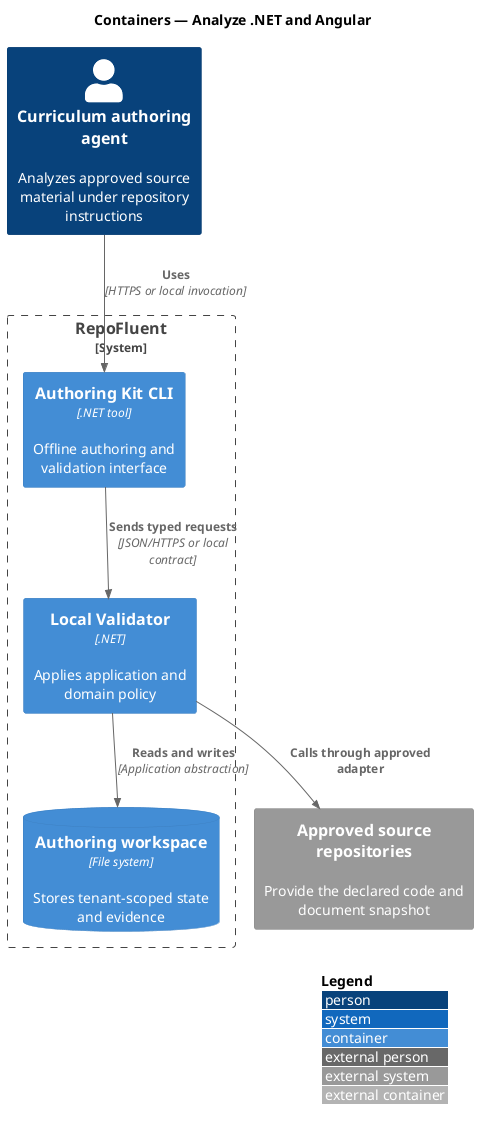
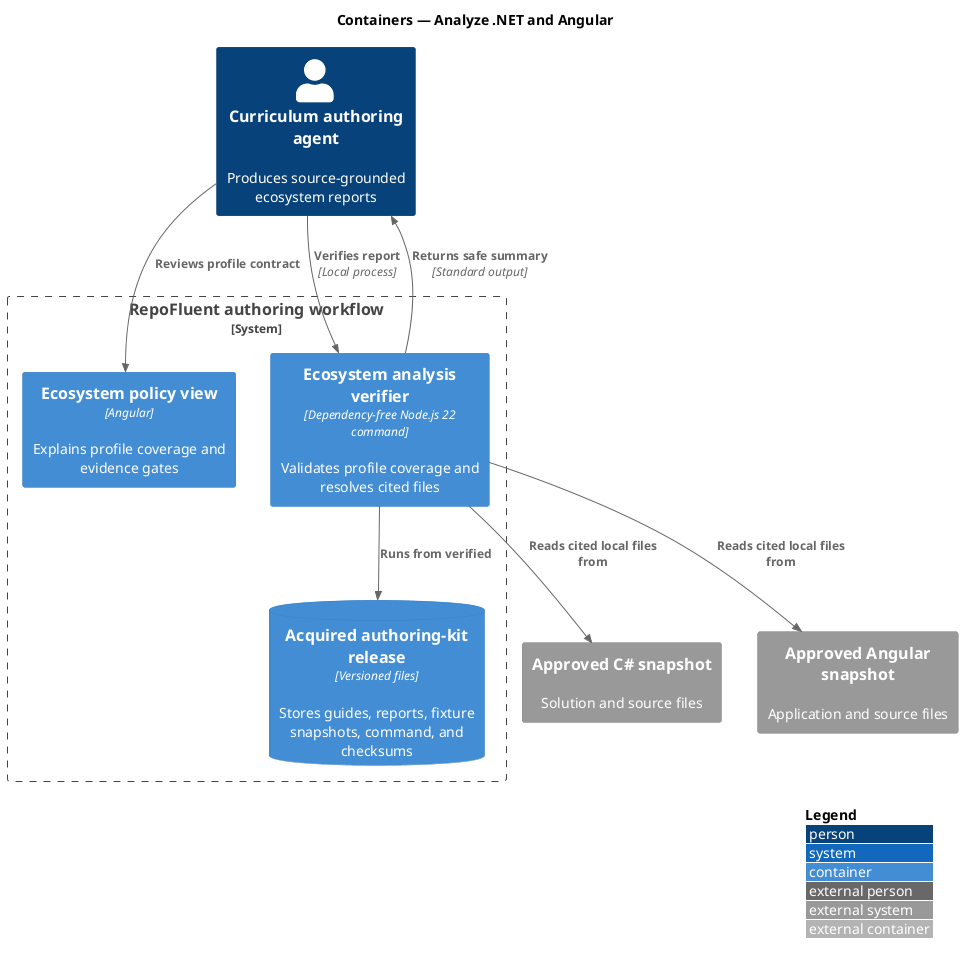
@startuml
!include <C4/C4_Container>
LAYOUT_WITH_LEGEND()
title Containers — Analyze .NET and Angular

- Person(actor, "Curriculum authoring agent", "Analyzes approved source material under repository instructions")
- System_Boundary(repofluent, "RepoFluent") {
-   Container(entry, "Authoring Kit CLI", ".NET tool", "Offline authoring and validation interface")
-   Container(api, "Local Validator", ".NET", "Applies application and domain policy")
-   ContainerDb(store, "Authoring workspace", "File system", "Stores tenant-scoped state and evidence")
+ Person(agent, "Curriculum authoring agent", "Produces source-grounded ecosystem reports")
+ System_Boundary(repofluent, "RepoFluent authoring workflow") {
+   Container(policyView, "Ecosystem policy view", "Angular", "Explains profile coverage and evidence gates")
+   Container(verifier, "Ecosystem analysis verifier", "Dependency-free Node.js 22 command", "Validates profile coverage and resolves cited files")
+   ContainerDb(release, "Acquired authoring-kit release", "Versioned files", "Stores guides, reports, fixture snapshots, command, and checksums")
}
- System_Ext(dependency, "Approved source repositories", "Provide the declared code and document snapshot")
+ System_Ext(dotnet, "Approved C# snapshot", "Solution and source files")
+ System_Ext(angular, "Approved Angular snapshot", "Application and source files")

- Rel(actor, entry, "Uses", "HTTPS or local invocation")
- Rel(entry, api, "Sends typed requests", "JSON/HTTPS or local contract")
- Rel(api, store, "Reads and writes", "Application abstraction")
- Rel(api, dependency, "Calls through approved adapter")
+ Rel(agent, policyView, "Reviews profile contract")
+ Rel(agent, verifier, "Verifies report", "Local process")
+ Rel(verifier, release, "Runs from verified")
+ Rel(verifier, dotnet, "Reads cited local files from")
+ Rel(verifier, angular, "Reads cited local files from")
+ Rel(verifier, agent, "Returns safe summary", "Standard output")
@enduml
